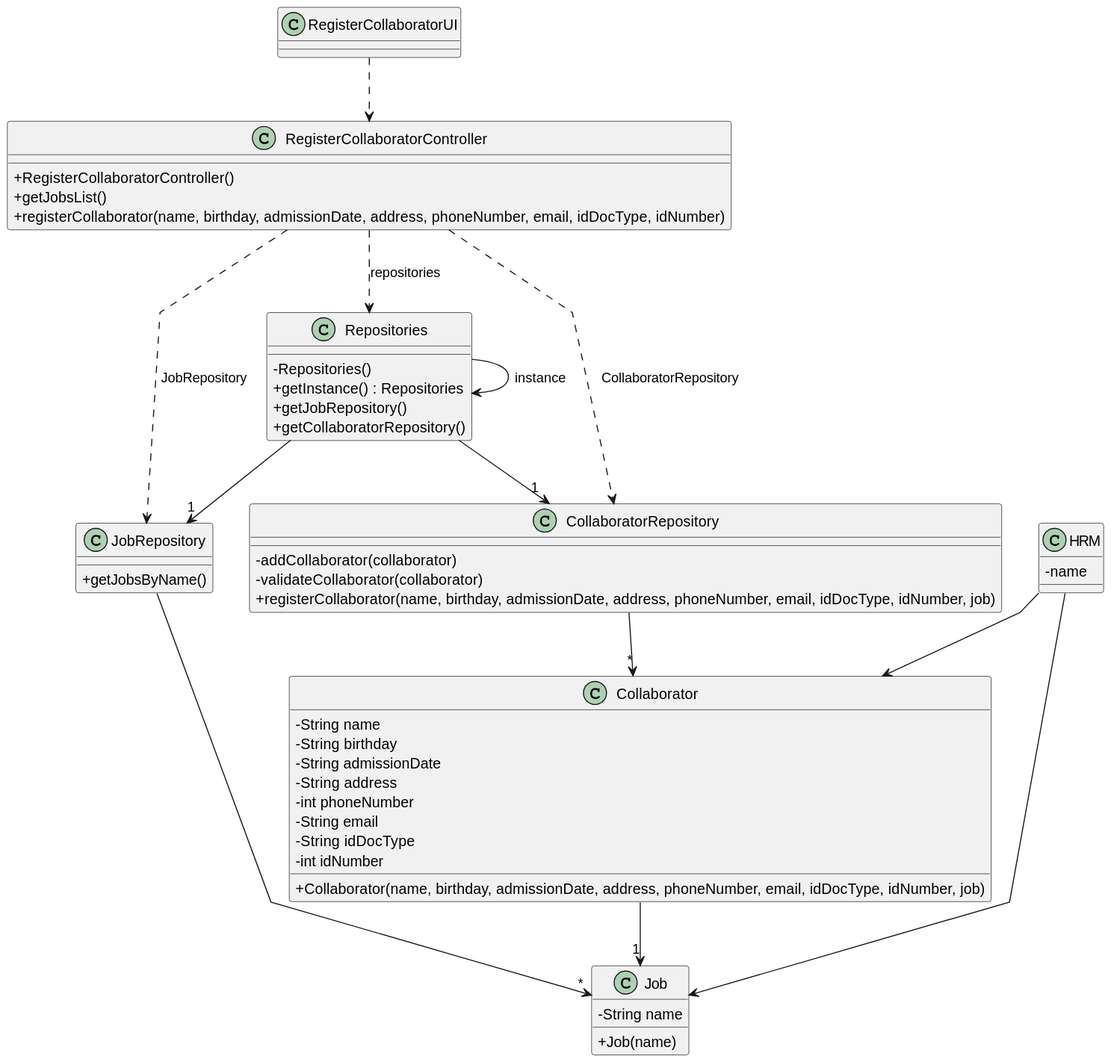
daniel41silva05/ISEP_2023_2024_LAPR2 keeps this PlantUML diagram as docs/sprintA&B/us003/03.design/svg/us003-class-diagram.svg. Above is the earlier version.
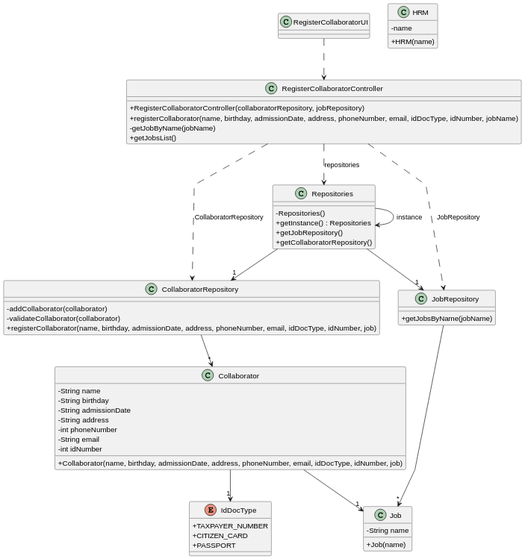
Above is the later version.

Change to the diagram source:
```diff
@@ -10,9 +10,10 @@
 }
 
 class RegisterCollaboratorController {
-    +RegisterCollaboratorController()
+    +RegisterCollaboratorController(collaboratorRepository, jobRepository)
+    +registerCollaborator(name, birthday, admissionDate, address, phoneNumber, email, idDocType, idNumber, jobName)
+    -getJobByName(jobName)
     +getJobsList()
-    +registerCollaborator(name, birthday, admissionDate, address, phoneNumber, email, idDocType, idNumber)
 }
 
 class CollaboratorRepository {
@@ -28,14 +29,12 @@
     -String address
     -int phoneNumber
     -String email
-    -String idDocType
     -int idNumber
     +Collaborator(name, birthday, admissionDate, address, phoneNumber, email, idDocType, idNumber, job)
-
 }
 
 class JobRepository {
-    +getJobsByName()
+    +getJobsByName(jobName)
 }
 
 class Job {
@@ -45,6 +44,7 @@
 
 class HRM {
     - name
+    +HRM(name)
 }
 
 class Repositories {
@@ -52,6 +52,12 @@
     + getInstance() : Repositories
     + getJobRepository()
     + getCollaboratorRepository()
+}
+
+enum IdDocType {
+    + TAXPAYER_NUMBER
+    + CITIZEN_CARD
+    + PASSPORT
 }
 
 RegisterCollaboratorUI ..> RegisterCollaboratorController
@@ -64,6 +70,5 @@
 CollaboratorRepository --> "*" Collaborator
 JobRepository --> "*" Job
 Collaborator --> "1" Job
-HRM --> Collaborator
-HRM --> Job
+Collaborator --> "1" IdDocType
 @enduml
```
